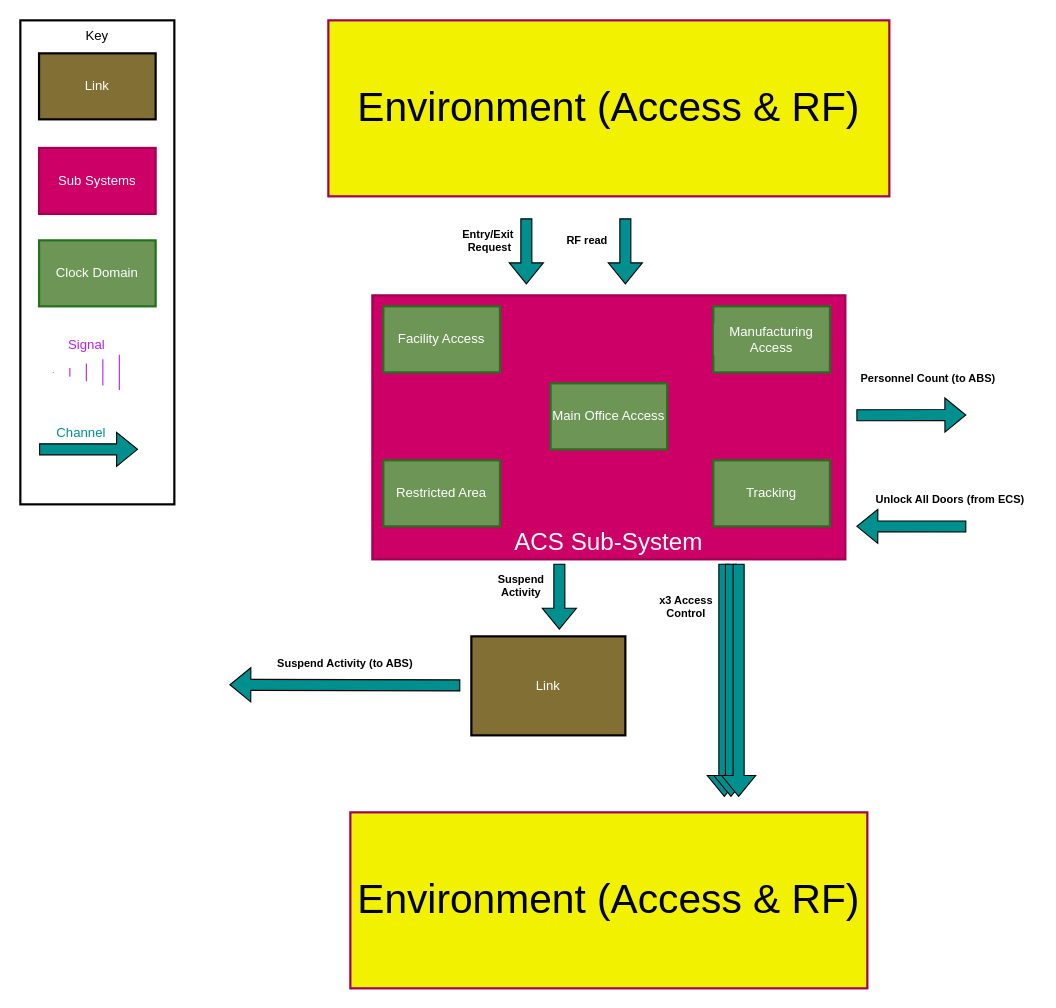
This is Rufaro_IRP/Documentation/IRP.drawio from BeckBusch/CS704-Project-1, a draw.io file, before an edit. Source tidied: cells renumbered, new cells numbered last; positions are measured from the earlier drawing's top-left corner, leaving out a move shared by most shapes. Both pictures are drawn from the tidied source at 110%, with x=0, y=0 at pixel (20, 20).
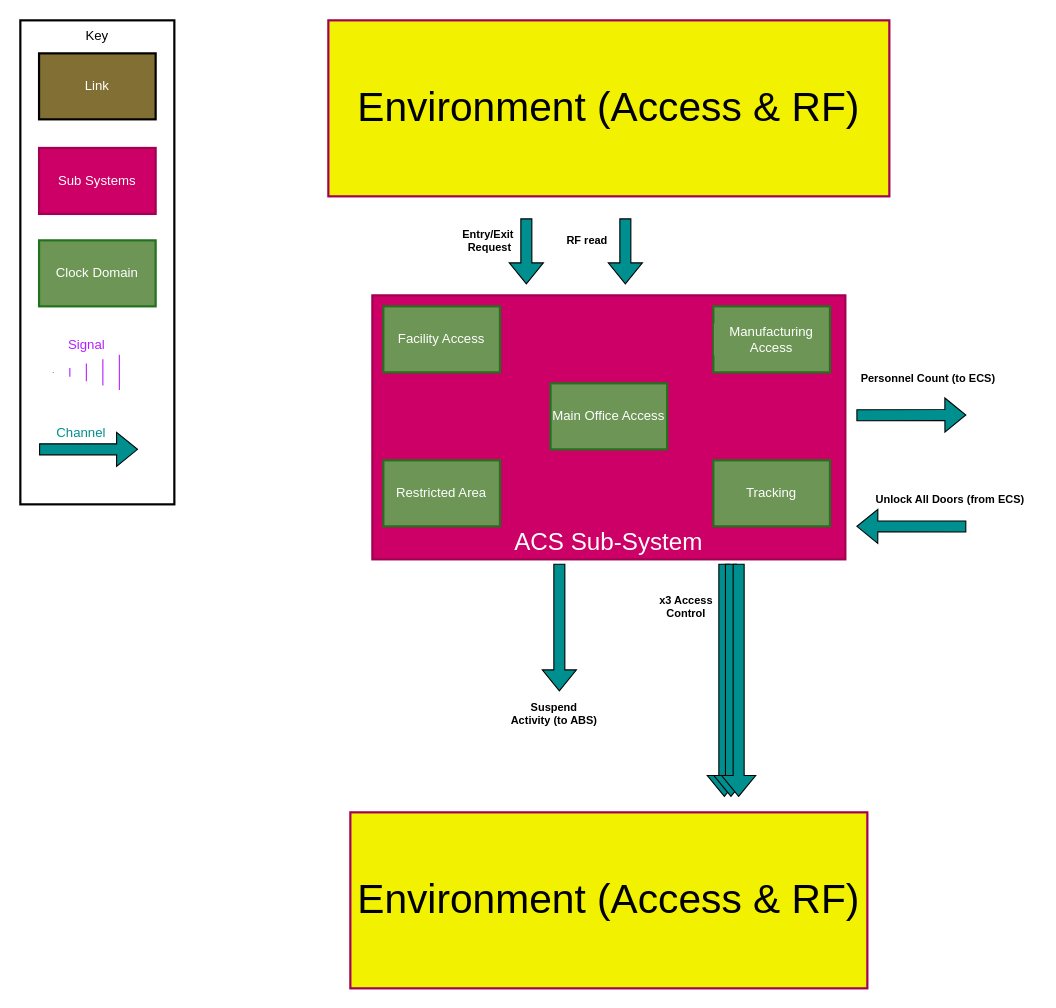
Above is the later version.

What changed in the source:
```diff
@@
-    <mxCell id="12" value="Link" style="rounded=0;whiteSpace=wrap;html=1;fillColor=#826F34;strokeWidth=2;strokeColor=#000000;fillStyle=solid;labelBackgroundColor=none;fontColor=#ffffff;" parent="1" vertex="1">
-      <mxGeometry x="410" y="560" width="140" height="90" as="geometry" />
-    </mxCell>
-    <mxCell id="13" style="shape=flexArrow;endArrow=classic;html=1;rounded=0;fillColor=#008F8F;exitX=0;exitY=0.5;exitDx=0;exitDy=0;" parent="1" edge="1">
-      <mxGeometry relative="1" as="geometry">
-        <mxPoint x="400" y="604.6" as="sourcePoint" />
-        <mxPoint x="190" y="604" as="targetPoint" />
-      </mxGeometry>
-    </mxCell>
-    <mxCell id="14" value="Suspend Activity (to ABS)" style="text;html=1;align=center;verticalAlign=middle;strokeColor=none;fillColor=none;fontSize=10;fontStyle=1;" parent="1" vertex="1">
-      <mxGeometry x="220" y="569" width="150" height="30" as="geometry" />
-    </mxCell>
-    <mxCell id="15" value="Suspend &lt;br&gt;Activity" style="text;html=1;align=center;verticalAlign=middle;strokeColor=none;fillColor=none;fontSize=10;fontStyle=1;" parent="1" vertex="1">
-      <mxGeometry x="420" y="494" width="70" height="40" as="geometry" />
+    <mxCell id="15" value="Suspend &lt;br&gt;Activity (to ABS)" style="text;html=1;align=center;verticalAlign=middle;strokeColor=none;fillColor=none;fontSize=10;fontStyle=1;" parent="1" vertex="1">
+      <mxGeometry x="435" y="610" width="100" height="40" as="geometry" />
     </mxCell>
     <mxCell id="16" style="shape=flexArrow;endArrow=classic;html=1;rounded=0;fillColor=#008F8F;" parent="1" edge="1">
       <mxGeometry relative="1" as="geometry">
         <mxPoint x="490" y="494" as="sourcePoint" />
-        <mxPoint x="490" y="554" as="targetPoint" />
+        <mxPoint x="490" y="610" as="targetPoint" />
       </mxGeometry>
     </mxCell>
@@
-    <mxCell id="28" value="Personnel Count (to ABS)" style="text;html=1;align=center;verticalAlign=middle;strokeColor=none;fillColor=none;fontSize=10;fontStyle=1;" parent="1" vertex="1">
+    <mxCell id="28" value="Personnel Count (to ECS)" style="text;html=1;align=center;verticalAlign=middle;strokeColor=none;fillColor=none;fontSize=10;fontStyle=1;" parent="1" vertex="1">
       <mxGeometry x="750" y="310" width="150" height="30" as="geometry" />
     </mxCell>
```
